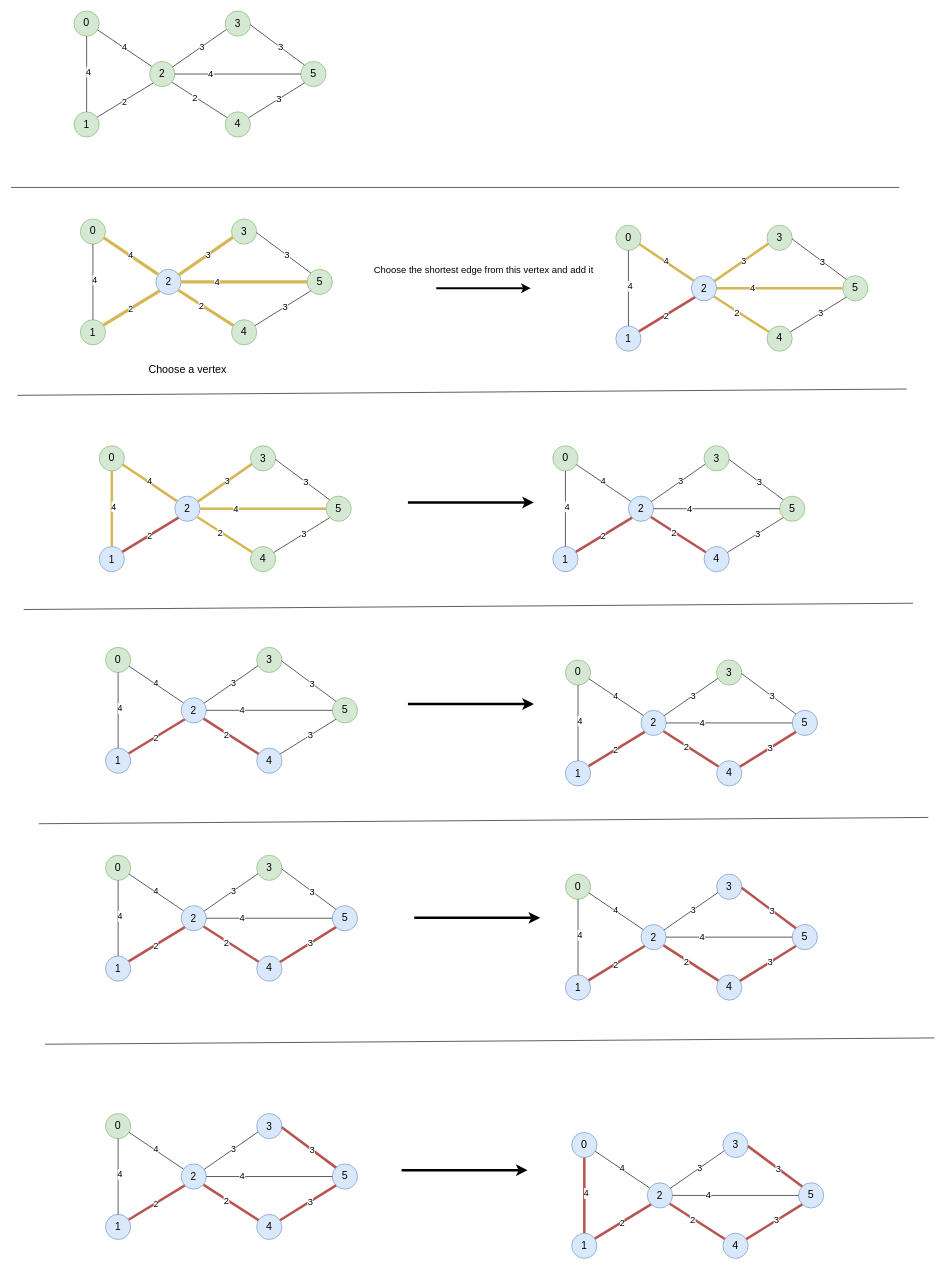
Earlier version of the draw.io diagram prims.drawio (mahendra49/draw-io). Source tidied: cells renumbered, new cells numbered last; positions are measured from the earlier drawing's top-left corner, leaving out a move shared by most shapes. Both pictures are drawn from the tidied source at 63%, with x=0, y=0 at pixel (11, 11).
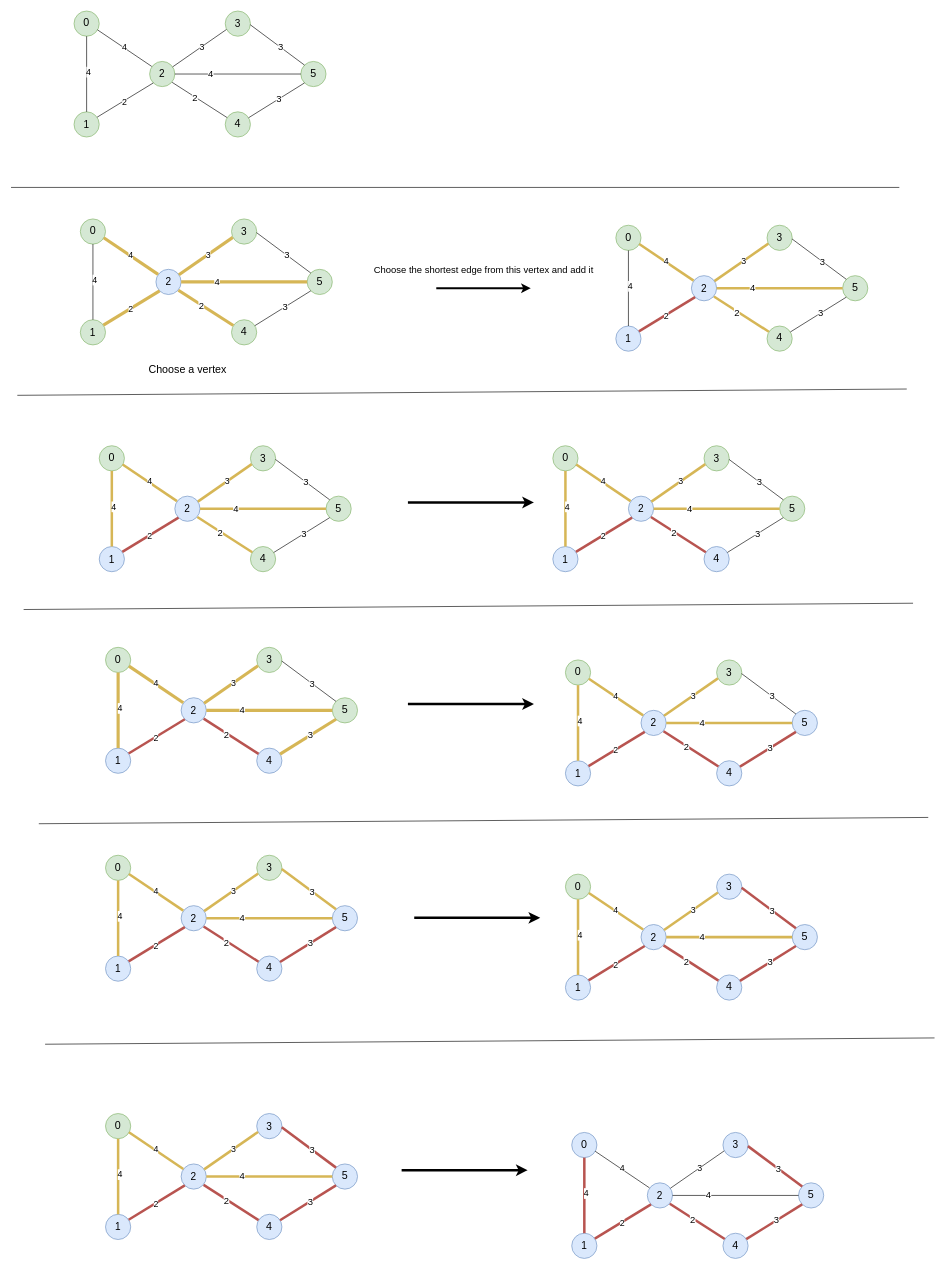
Above is the later version.

Unchanged cells that the change refers to:
```xml
<mxCell id="96" value="&lt;font style=&quot;font-size: 17px&quot;&gt;0&lt;/font&gt;" style="ellipse;whiteSpace=wrap;html=1;fillColor=#d5e8d4;strokeColor=#82b366;" parent="1" vertex="1">
<mxCell id="97" value="&lt;font style=&quot;font-size: 16px&quot;&gt;1&lt;/font&gt;" style="ellipse;whiteSpace=wrap;html=1;fillColor=#dae8fc;strokeColor=#6c8ebf;" parent="1" vertex="1">
<mxCell id="98" value="&lt;font style=&quot;font-size: 16px&quot;&gt;2&lt;/font&gt;" style="ellipse;whiteSpace=wrap;html=1;fillColor=#dae8fc;strokeColor=#6c8ebf;" parent="1" vertex="1">
<mxCell id="99" value="&lt;font style=&quot;font-size: 16px&quot;&gt;3&lt;/font&gt;" style="ellipse;whiteSpace=wrap;html=1;fillColor=#d5e8d4;strokeColor=#82b366;" parent="1" vertex="1">
<mxCell id="100" value="&lt;font style=&quot;font-size: 17px&quot;&gt;5&lt;/font&gt;" style="ellipse;whiteSpace=wrap;html=1;fillColor=#d5e8d4;strokeColor=#82b366;" parent="1" vertex="1">
<mxCell id="119" value="&lt;font style=&quot;font-size: 17px&quot;&gt;0&lt;/font&gt;" style="ellipse;whiteSpace=wrap;html=1;fillColor=#d5e8d4;strokeColor=#82b366;" parent="1" vertex="1">
<mxCell id="120" value="&lt;font style=&quot;font-size: 16px&quot;&gt;1&lt;/font&gt;" style="ellipse;whiteSpace=wrap;html=1;fillColor=#dae8fc;strokeColor=#6c8ebf;" parent="1" vertex="1">
<mxCell id="121" value="&lt;font style=&quot;font-size: 16px&quot;&gt;2&lt;/font&gt;" style="ellipse;whiteSpace=wrap;html=1;fillColor=#dae8fc;strokeColor=#6c8ebf;" parent="1" vertex="1">
<mxCell id="122" value="&lt;font style=&quot;font-size: 16px&quot;&gt;3&lt;/font&gt;" style="ellipse;whiteSpace=wrap;html=1;fillColor=#d5e8d4;strokeColor=#82b366;" parent="1" vertex="1">
<mxCell id="123" value="&lt;font style=&quot;font-size: 17px&quot;&gt;5&lt;/font&gt;" style="ellipse;whiteSpace=wrap;html=1;fillColor=#d5e8d4;strokeColor=#82b366;" parent="1" vertex="1">
<mxCell id="124" value="&lt;font style=&quot;font-size: 17px&quot;&gt;4&lt;/font&gt;" style="ellipse;whiteSpace=wrap;html=1;fillColor=#dae8fc;strokeColor=#6c8ebf;" parent="1" vertex="1">
<mxCell id="142" value="&lt;font style=&quot;font-size: 17px&quot;&gt;0&lt;/font&gt;" style="ellipse;whiteSpace=wrap;html=1;fillColor=#d5e8d4;strokeColor=#82b366;" parent="1" vertex="1">
<mxCell id="143" value="&lt;font style=&quot;font-size: 16px&quot;&gt;1&lt;/font&gt;" style="ellipse;whiteSpace=wrap;html=1;fillColor=#dae8fc;strokeColor=#6c8ebf;" parent="1" vertex="1">
<mxCell id="144" value="&lt;font style=&quot;font-size: 16px&quot;&gt;2&lt;/font&gt;" style="ellipse;whiteSpace=wrap;html=1;fillColor=#dae8fc;strokeColor=#6c8ebf;" parent="1" vertex="1">
<mxCell id="145" value="&lt;font style=&quot;font-size: 16px&quot;&gt;3&lt;/font&gt;" style="ellipse;whiteSpace=wrap;html=1;fillColor=#d5e8d4;strokeColor=#82b366;" parent="1" vertex="1">
<mxCell id="146" value="&lt;font style=&quot;font-size: 17px&quot;&gt;5&lt;/font&gt;" style="ellipse;whiteSpace=wrap;html=1;fillColor=#dae8fc;strokeColor=#6c8ebf;" parent="1" vertex="1">
<mxCell id="165" value="&lt;font style=&quot;font-size: 17px&quot;&gt;0&lt;/font&gt;" style="ellipse;whiteSpace=wrap;html=1;fillColor=#d5e8d4;strokeColor=#82b366;" parent="1" vertex="1">
<mxCell id="166" value="&lt;font style=&quot;font-size: 16px&quot;&gt;1&lt;/font&gt;" style="ellipse;whiteSpace=wrap;html=1;fillColor=#dae8fc;strokeColor=#6c8ebf;" parent="1" vertex="1">
<mxCell id="167" value="&lt;font style=&quot;font-size: 16px&quot;&gt;2&lt;/font&gt;" style="ellipse;whiteSpace=wrap;html=1;fillColor=#dae8fc;strokeColor=#6c8ebf;" parent="1" vertex="1">
<mxCell id="168" value="&lt;font style=&quot;font-size: 16px&quot;&gt;3&lt;/font&gt;" style="ellipse;whiteSpace=wrap;html=1;fillColor=#d5e8d4;strokeColor=#82b366;" parent="1" vertex="1">
<mxCell id="169" value="&lt;font style=&quot;font-size: 17px&quot;&gt;5&lt;/font&gt;" style="ellipse;whiteSpace=wrap;html=1;fillColor=#dae8fc;strokeColor=#6c8ebf;" parent="1" vertex="1">
<mxCell id="188" value="&lt;font style=&quot;font-size: 17px&quot;&gt;0&lt;/font&gt;" style="ellipse;whiteSpace=wrap;html=1;fillColor=#d5e8d4;strokeColor=#82b366;" parent="1" vertex="1">
<mxCell id="189" value="&lt;font style=&quot;font-size: 16px&quot;&gt;1&lt;/font&gt;" style="ellipse;whiteSpace=wrap;html=1;fillColor=#dae8fc;strokeColor=#6c8ebf;" parent="1" vertex="1">
<mxCell id="190" value="&lt;font style=&quot;font-size: 16px&quot;&gt;2&lt;/font&gt;" style="ellipse;whiteSpace=wrap;html=1;fillColor=#dae8fc;strokeColor=#6c8ebf;" parent="1" vertex="1">
<mxCell id="191" value="&lt;font style=&quot;font-size: 16px&quot;&gt;3&lt;/font&gt;" style="ellipse;whiteSpace=wrap;html=1;fillColor=#dae8fc;strokeColor=#6c8ebf;" parent="1" vertex="1">
<mxCell id="192" value="&lt;font style=&quot;font-size: 17px&quot;&gt;5&lt;/font&gt;" style="ellipse;whiteSpace=wrap;html=1;fillColor=#dae8fc;strokeColor=#6c8ebf;" parent="1" vertex="1">
<mxCell id="210" value="&lt;font style=&quot;font-size: 17px&quot;&gt;0&lt;/font&gt;" style="ellipse;whiteSpace=wrap;html=1;fillColor=#d5e8d4;strokeColor=#82b366;" parent="1" vertex="1">
<mxCell id="211" value="&lt;font style=&quot;font-size: 16px&quot;&gt;1&lt;/font&gt;" style="ellipse;whiteSpace=wrap;html=1;fillColor=#dae8fc;strokeColor=#6c8ebf;" parent="1" vertex="1">
<mxCell id="212" value="&lt;font style=&quot;font-size: 16px&quot;&gt;2&lt;/font&gt;" style="ellipse;whiteSpace=wrap;html=1;fillColor=#dae8fc;strokeColor=#6c8ebf;" parent="1" vertex="1">
<mxCell id="213" value="&lt;font style=&quot;font-size: 16px&quot;&gt;3&lt;/font&gt;" style="ellipse;whiteSpace=wrap;html=1;fillColor=#dae8fc;strokeColor=#6c8ebf;" parent="1" vertex="1">
<mxCell id="214" value="&lt;font style=&quot;font-size: 17px&quot;&gt;5&lt;/font&gt;" style="ellipse;whiteSpace=wrap;html=1;fillColor=#dae8fc;strokeColor=#6c8ebf;" parent="1" vertex="1">
```

What changed in the source:
```diff
@@
-    <mxCell id="102" style="endArrow=none;html=1;rounded=0;entryX=0.929;entryY=0.746;entryDx=0;entryDy=0;exitX=0.086;exitY=0.2;exitDx=0;exitDy=0;entryPerimeter=0;exitPerimeter=0;" parent="1" edge="1" source="98" target="96">
+    <mxCell id="102" style="endArrow=none;html=1;rounded=0;entryX=0.929;entryY=0.746;entryDx=0;entryDy=0;exitX=0.086;exitY=0.2;exitDx=0;exitDy=0;entryPerimeter=0;exitPerimeter=0;fillColor=#fff2cc;strokeColor=#d6b656;strokeWidth=4;" parent="1" edge="1" source="98" target="96">
       <mxGeometry relative="1" as="geometry" />
     </mxCell>
@@
-    <mxCell id="106" style="endArrow=none;html=1;rounded=0;entryX=0.5;entryY=1;entryDx=0;entryDy=0;exitX=0.5;exitY=0;exitDx=0;exitDy=0;" parent="1" edge="1" source="97" target="96">
+    <mxCell id="106" style="endArrow=none;html=1;rounded=0;entryX=0.5;entryY=1;entryDx=0;entryDy=0;exitX=0.5;exitY=0;exitDx=0;exitDy=0;fillColor=#fff2cc;strokeColor=#d6b656;strokeWidth=4;" parent="1" edge="1" source="97" target="96">
       <mxGeometry relative="1" as="geometry" />
     </mxCell>
@@
-    <mxCell id="108" style="endArrow=none;html=1;rounded=0;entryX=0;entryY=0.5;entryDx=0;entryDy=0;exitX=1;exitY=0.5;exitDx=0;exitDy=0;" parent="1" edge="1" source="98" target="100">
+    <mxCell id="108" style="endArrow=none;html=1;rounded=0;entryX=0;entryY=0.5;entryDx=0;entryDy=0;exitX=1;exitY=0.5;exitDx=0;exitDy=0;fillColor=#fff2cc;strokeColor=#d6b656;strokeWidth=4;" parent="1" edge="1" source="98" target="100">
       <mxGeometry relative="1" as="geometry" />
     </mxCell>
@@
-    <mxCell id="110" style="endArrow=none;html=1;rounded=0;entryX=0.052;entryY=0.731;entryDx=0;entryDy=0;entryPerimeter=0;" parent="1" edge="1" source="98" target="99">
+    <mxCell id="110" style="endArrow=none;html=1;rounded=0;entryX=0.052;entryY=0.731;entryDx=0;entryDy=0;entryPerimeter=0;fillColor=#fff2cc;strokeColor=#d6b656;strokeWidth=4;" parent="1" edge="1" source="98" target="99">
       <mxGeometry relative="1" as="geometry" />
     </mxCell>
@@
-    <mxCell id="125" style="endArrow=none;html=1;rounded=0;entryX=0.929;entryY=0.746;entryDx=0;entryDy=0;exitX=0.086;exitY=0.2;exitDx=0;exitDy=0;entryPerimeter=0;exitPerimeter=0;" parent="1" edge="1" source="121" target="119">
+    <mxCell id="125" style="endArrow=none;html=1;rounded=0;entryX=0.929;entryY=0.746;entryDx=0;entryDy=0;exitX=0.086;exitY=0.2;exitDx=0;exitDy=0;entryPerimeter=0;exitPerimeter=0;fillColor=#fff2cc;strokeColor=#d6b656;strokeWidth=5;" parent="1" edge="1" source="121" target="119">
       <mxGeometry relative="1" as="geometry" />
     </mxCell>
@@
-    <mxCell id="129" style="endArrow=none;html=1;rounded=0;entryX=0.5;entryY=1;entryDx=0;entryDy=0;exitX=0.5;exitY=0;exitDx=0;exitDy=0;" parent="1" edge="1" source="120" target="119">
+    <mxCell id="129" style="endArrow=none;html=1;rounded=0;entryX=0.5;entryY=1;entryDx=0;entryDy=0;exitX=0.5;exitY=0;exitDx=0;exitDy=0;fillColor=#fff2cc;strokeColor=#d6b656;strokeWidth=5;" parent="1" edge="1" source="120" target="119">
       <mxGeometry relative="1" as="geometry" />
     </mxCell>
@@
-    <mxCell id="131" style="endArrow=none;html=1;rounded=0;entryX=0;entryY=0.5;entryDx=0;entryDy=0;exitX=1;exitY=0.5;exitDx=0;exitDy=0;" parent="1" edge="1" source="121" target="123">
+    <mxCell id="131" style="endArrow=none;html=1;rounded=0;entryX=0;entryY=0.5;entryDx=0;entryDy=0;exitX=1;exitY=0.5;exitDx=0;exitDy=0;fillColor=#fff2cc;strokeColor=#d6b656;strokeWidth=5;" parent="1" edge="1" source="121" target="123">
       <mxGeometry relative="1" as="geometry" />
     </mxCell>
@@
-    <mxCell id="133" style="endArrow=none;html=1;rounded=0;entryX=0.052;entryY=0.731;entryDx=0;entryDy=0;entryPerimeter=0;" parent="1" edge="1" source="121" target="122">
+    <mxCell id="133" style="endArrow=none;html=1;rounded=0;entryX=0.052;entryY=0.731;entryDx=0;entryDy=0;entryPerimeter=0;fillColor=#fff2cc;strokeColor=#d6b656;strokeWidth=5;" parent="1" edge="1" source="121" target="122">
       <mxGeometry relative="1" as="geometry" />
     </mxCell>
@@
-    <mxCell id="139" style="endArrow=none;html=1;rounded=0;entryX=0;entryY=1;entryDx=0;entryDy=0;" parent="1" edge="1" source="124" target="123">
+    <mxCell id="139" style="endArrow=none;html=1;rounded=0;entryX=0;entryY=1;entryDx=0;entryDy=0;fillColor=#fff2cc;strokeColor=#d6b656;strokeWidth=5;" parent="1" edge="1" source="124" target="123">
       <mxGeometry relative="1" as="geometry" />
     </mxCell>
@@
-    <mxCell id="148" style="endArrow=none;html=1;rounded=0;entryX=0.929;entryY=0.746;entryDx=0;entryDy=0;exitX=0.086;exitY=0.2;exitDx=0;exitDy=0;entryPerimeter=0;exitPerimeter=0;" parent="1" edge="1" source="144" target="142">
+    <mxCell id="148" style="endArrow=none;html=1;rounded=0;entryX=0.929;entryY=0.746;entryDx=0;entryDy=0;exitX=0.086;exitY=0.2;exitDx=0;exitDy=0;entryPerimeter=0;exitPerimeter=0;fillColor=#fff2cc;strokeColor=#d6b656;strokeWidth=4;" parent="1" edge="1" source="144" target="142">
       <mxGeometry relative="1" as="geometry" />
     </mxCell>
@@
-    <mxCell id="152" style="endArrow=none;html=1;rounded=0;entryX=0.5;entryY=1;entryDx=0;entryDy=0;exitX=0.5;exitY=0;exitDx=0;exitDy=0;" parent="1" edge="1" source="143" target="142">
+    <mxCell id="152" style="endArrow=none;html=1;rounded=0;entryX=0.5;entryY=1;entryDx=0;entryDy=0;exitX=0.5;exitY=0;exitDx=0;exitDy=0;fillColor=#fff2cc;strokeColor=#d6b656;strokeWidth=4;" parent="1" edge="1" source="143" target="142">
       <mxGeometry relative="1" as="geometry" />
     </mxCell>
@@
-    <mxCell id="154" style="endArrow=none;html=1;rounded=0;entryX=0;entryY=0.5;entryDx=0;entryDy=0;exitX=1;exitY=0.5;exitDx=0;exitDy=0;" parent="1" edge="1" source="144" target="146">
+    <mxCell id="154" style="endArrow=none;html=1;rounded=0;entryX=0;entryY=0.5;entryDx=0;entryDy=0;exitX=1;exitY=0.5;exitDx=0;exitDy=0;fillColor=#fff2cc;strokeColor=#d6b656;strokeWidth=4;" parent="1" edge="1" source="144" target="146">
       <mxGeometry relative="1" as="geometry" />
     </mxCell>
@@
-    <mxCell id="156" style="endArrow=none;html=1;rounded=0;entryX=0.052;entryY=0.731;entryDx=0;entryDy=0;entryPerimeter=0;" parent="1" edge="1" source="144" target="145">
+    <mxCell id="156" style="endArrow=none;html=1;rounded=0;entryX=0.052;entryY=0.731;entryDx=0;entryDy=0;entryPerimeter=0;fillColor=#fff2cc;strokeColor=#d6b656;strokeWidth=4;" parent="1" edge="1" source="144" target="145">
       <mxGeometry relative="1" as="geometry" />
     </mxCell>
@@
-    <mxCell id="171" style="endArrow=none;html=1;rounded=0;entryX=0.929;entryY=0.746;entryDx=0;entryDy=0;exitX=0.086;exitY=0.2;exitDx=0;exitDy=0;entryPerimeter=0;exitPerimeter=0;" parent="1" edge="1" source="167" target="165">
+    <mxCell id="171" style="endArrow=none;html=1;rounded=0;entryX=0.929;entryY=0.746;entryDx=0;entryDy=0;exitX=0.086;exitY=0.2;exitDx=0;exitDy=0;entryPerimeter=0;exitPerimeter=0;fillColor=#fff2cc;strokeColor=#d6b656;strokeWidth=4;" parent="1" edge="1" source="167" target="165">
       <mxGeometry relative="1" as="geometry" />
     </mxCell>
@@
-    <mxCell id="175" style="endArrow=none;html=1;rounded=0;entryX=0.5;entryY=1;entryDx=0;entryDy=0;exitX=0.5;exitY=0;exitDx=0;exitDy=0;" parent="1" edge="1" source="166" target="165">
+    <mxCell id="175" style="endArrow=none;html=1;rounded=0;entryX=0.5;entryY=1;entryDx=0;entryDy=0;exitX=0.5;exitY=0;exitDx=0;exitDy=0;fillColor=#fff2cc;strokeColor=#d6b656;strokeWidth=4;" parent="1" edge="1" source="166" target="165">
       <mxGeometry relative="1" as="geometry" />
     </mxCell>
@@
-    <mxCell id="177" style="endArrow=none;html=1;rounded=0;entryX=0;entryY=0.5;entryDx=0;entryDy=0;exitX=1;exitY=0.5;exitDx=0;exitDy=0;" parent="1" edge="1" source="167" target="169">
+    <mxCell id="177" style="endArrow=none;html=1;rounded=0;entryX=0;entryY=0.5;entryDx=0;entryDy=0;exitX=1;exitY=0.5;exitDx=0;exitDy=0;fillColor=#fff2cc;strokeColor=#d6b656;strokeWidth=4;" parent="1" edge="1" source="167" target="169">
       <mxGeometry relative="1" as="geometry" />
     </mxCell>
@@
-    <mxCell id="179" style="endArrow=none;html=1;rounded=0;entryX=0.052;entryY=0.731;entryDx=0;entryDy=0;entryPerimeter=0;" parent="1" edge="1" source="167" target="168">
+    <mxCell id="179" style="endArrow=none;html=1;rounded=0;entryX=0.052;entryY=0.731;entryDx=0;entryDy=0;entryPerimeter=0;fillColor=#fff2cc;strokeColor=#d6b656;strokeWidth=4;" parent="1" edge="1" source="167" target="168">
       <mxGeometry relative="1" as="geometry" />
     </mxCell>
@@
-    <mxCell id="183" style="endArrow=none;html=1;rounded=0;entryX=0;entryY=0;entryDx=0;entryDy=0;exitX=0.992;exitY=0.544;exitDx=0;exitDy=0;exitPerimeter=0;" parent="1" edge="1" source="168" target="169">
+    <mxCell id="183" style="endArrow=none;html=1;rounded=0;entryX=0;entryY=0;entryDx=0;entryDy=0;exitX=0.992;exitY=0.544;exitDx=0;exitDy=0;exitPerimeter=0;fillColor=#fff2cc;strokeColor=#d6b656;strokeWidth=4;" parent="1" edge="1" source="168" target="169">
       <mxGeometry relative="1" as="geometry" />
     </mxCell>
@@
-    <mxCell id="194" style="endArrow=none;html=1;rounded=0;entryX=0.929;entryY=0.746;entryDx=0;entryDy=0;exitX=0.086;exitY=0.2;exitDx=0;exitDy=0;entryPerimeter=0;exitPerimeter=0;" parent="1" edge="1" source="190" target="188">
+    <mxCell id="194" style="endArrow=none;html=1;rounded=0;entryX=0.929;entryY=0.746;entryDx=0;entryDy=0;exitX=0.086;exitY=0.2;exitDx=0;exitDy=0;entryPerimeter=0;exitPerimeter=0;fillColor=#fff2cc;strokeColor=#d6b656;strokeWidth=4;" parent="1" edge="1" source="190" target="188">
       <mxGeometry relative="1" as="geometry" />
     </mxCell>
@@
-    <mxCell id="198" style="endArrow=none;html=1;rounded=0;entryX=0.5;entryY=1;entryDx=0;entryDy=0;exitX=0.5;exitY=0;exitDx=0;exitDy=0;" parent="1" edge="1" source="189" target="188">
+    <mxCell id="198" style="endArrow=none;html=1;rounded=0;entryX=0.5;entryY=1;entryDx=0;entryDy=0;exitX=0.5;exitY=0;exitDx=0;exitDy=0;fillColor=#fff2cc;strokeColor=#d6b656;strokeWidth=4;" parent="1" edge="1" source="189" target="188">
       <mxGeometry relative="1" as="geometry" />
     </mxCell>
@@
-    <mxCell id="200" style="endArrow=none;html=1;rounded=0;entryX=0;entryY=0.5;entryDx=0;entryDy=0;exitX=1;exitY=0.5;exitDx=0;exitDy=0;" parent="1" edge="1" source="190" target="192">
+    <mxCell id="200" style="endArrow=none;html=1;rounded=0;entryX=0;entryY=0.5;entryDx=0;entryDy=0;exitX=1;exitY=0.5;exitDx=0;exitDy=0;fillColor=#fff2cc;strokeColor=#d6b656;strokeWidth=4;" parent="1" edge="1" source="190" target="192">
       <mxGeometry relative="1" as="geometry" />
     </mxCell>
@@
-    <mxCell id="202" style="endArrow=none;html=1;rounded=0;entryX=0.052;entryY=0.731;entryDx=0;entryDy=0;entryPerimeter=0;" parent="1" edge="1" source="190" target="191">
+    <mxCell id="202" style="endArrow=none;html=1;rounded=0;entryX=0.052;entryY=0.731;entryDx=0;entryDy=0;entryPerimeter=0;fillColor=#fff2cc;strokeColor=#d6b656;strokeWidth=4;" parent="1" edge="1" source="190" target="191">
       <mxGeometry relative="1" as="geometry" />
     </mxCell>
@@
-    <mxCell id="216" style="endArrow=none;html=1;rounded=0;entryX=0.929;entryY=0.746;entryDx=0;entryDy=0;exitX=0.086;exitY=0.2;exitDx=0;exitDy=0;entryPerimeter=0;exitPerimeter=0;" parent="1" edge="1" source="212" target="210">
+    <mxCell id="216" style="endArrow=none;html=1;rounded=0;entryX=0.929;entryY=0.746;entryDx=0;entryDy=0;exitX=0.086;exitY=0.2;exitDx=0;exitDy=0;entryPerimeter=0;exitPerimeter=0;fillColor=#fff2cc;strokeColor=#d6b656;strokeWidth=4;" parent="1" edge="1" source="212" target="210">
       <mxGeometry relative="1" as="geometry" />
     </mxCell>
@@
-    <mxCell id="220" style="endArrow=none;html=1;rounded=0;entryX=0.5;entryY=1;entryDx=0;entryDy=0;exitX=0.5;exitY=0;exitDx=0;exitDy=0;" parent="1" edge="1" source="211" target="210">
+    <mxCell id="220" style="endArrow=none;html=1;rounded=0;entryX=0.5;entryY=1;entryDx=0;entryDy=0;exitX=0.5;exitY=0;exitDx=0;exitDy=0;fillColor=#fff2cc;strokeColor=#d6b656;strokeWidth=4;" parent="1" edge="1" source="211" target="210">
       <mxGeometry relative="1" as="geometry" />
     </mxCell>
@@
-    <mxCell id="222" style="endArrow=none;html=1;rounded=0;entryX=0;entryY=0.5;entryDx=0;entryDy=0;exitX=1;exitY=0.5;exitDx=0;exitDy=0;" parent="1" edge="1" source="212" target="214">
+    <mxCell id="222" style="endArrow=none;html=1;rounded=0;entryX=0;entryY=0.5;entryDx=0;entryDy=0;exitX=1;exitY=0.5;exitDx=0;exitDy=0;fillColor=#fff2cc;strokeColor=#d6b656;strokeWidth=4;" parent="1" edge="1" source="212" target="214">
       <mxGeometry relative="1" as="geometry" />
     </mxCell>
@@
-    <mxCell id="224" style="endArrow=none;html=1;rounded=0;entryX=0.052;entryY=0.731;entryDx=0;entryDy=0;entryPerimeter=0;" parent="1" edge="1" source="212" target="213">
+    <mxCell id="224" style="endArrow=none;html=1;rounded=0;entryX=0.052;entryY=0.731;entryDx=0;entryDy=0;entryPerimeter=0;fillColor=#fff2cc;strokeColor=#d6b656;strokeWidth=4;" parent="1" edge="1" source="212" target="213">
       <mxGeometry relative="1" as="geometry" />
     </mxCell>
```
